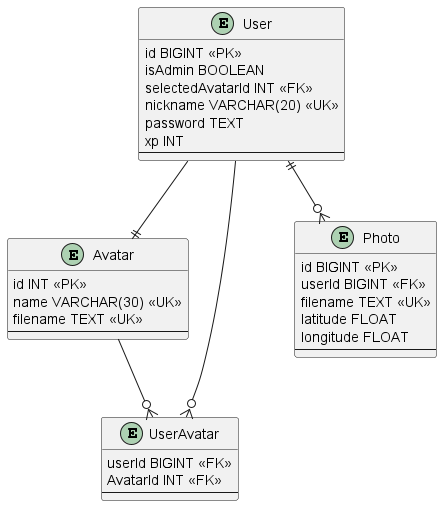
Earlier version of the PlantUML export src/database/design/DER.png (augusto-dmh/095cm_xrlab_backend).
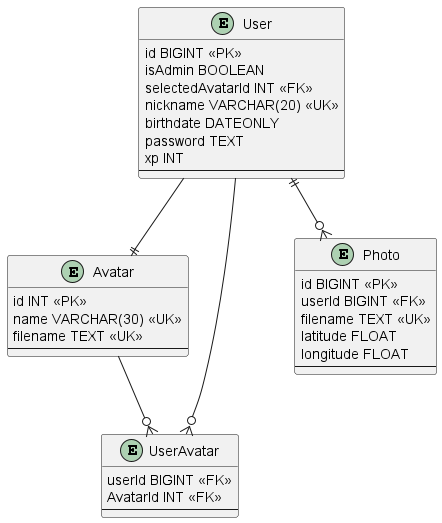
After the commit.

Commit message:
feat: birthDate column in users

Change to the diagram source:
```diff
@@ -5,6 +5,7 @@
     isAdmin BOOLEAN
     selectedAvatarId INT <<FK>>
     nickname VARCHAR(20) <<UK>>
+    birthdate DATEONLY
     password TEXT
     xp INT
     --
```
